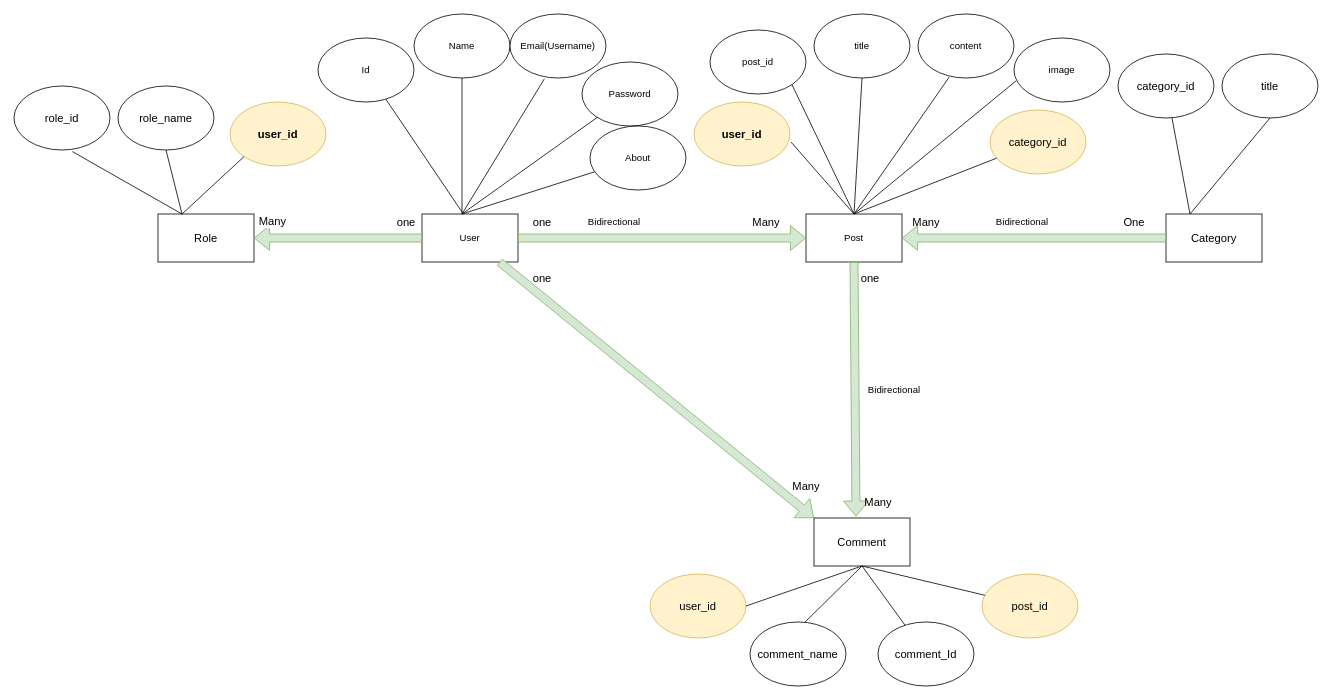
This is Blogging Application ER Diagram.drawio from PranaySingh13/Spring_Boot_Complete, a draw.io file, before an edit. Source tidied: cells renumbered, new cells numbered last; positions are measured from the earlier drawing's top-left corner, leaving out a move shared by most shapes. Both pictures are drawn from the tidied source at 80%, with x=0, y=0 at pixel (14, 14).
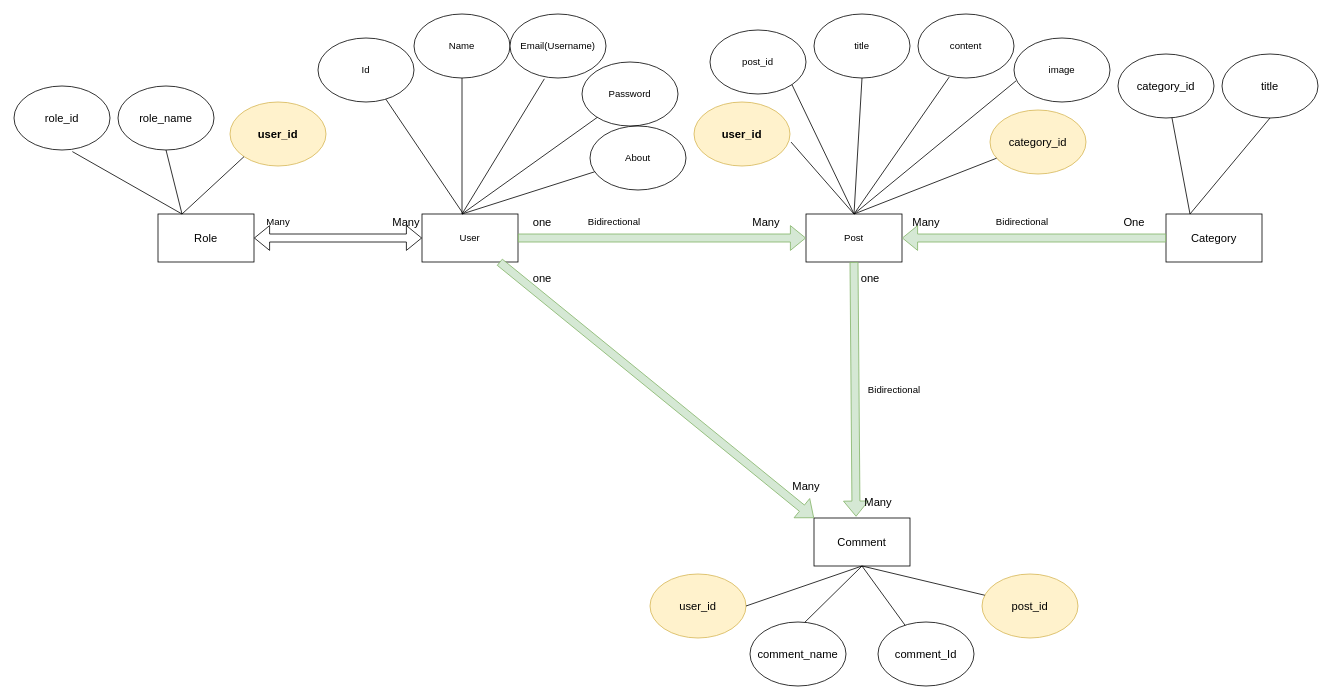
After the change.

Unchanged cells that the change refers to:
```xml
<mxCell id="2" value="User" style="rounded=0;whiteSpace=wrap;html=1;" parent="1" vertex="1">
  <mxGeometry x="510" y="250" width="120" height="60" as="geometry" />
</mxCell>
<mxCell id="50" value="Role" style="rounded=0;whiteSpace=wrap;html=1;fontSize=14;" parent="1" vertex="1">
  <mxGeometry x="180" y="250" width="120" height="60" as="geometry" />
</mxCell>
```

Diff of the diagram source:
```diff
@@
-    <mxCell id="55" style="shape=flexArrow;endArrow=classic;html=1;rounded=0;fontSize=14;entryX=1;entryY=0.5;entryDx=0;entryDy=0;fillColor=#d5e8d4;strokeColor=#82b366;" parent="1" edge="1" source="2" target="50">
-      <mxGeometry relative="1" as="geometry" />
-    </mxCell>
-    <mxCell id="56" value="Many" style="edgeLabel;html=1;align=center;verticalAlign=middle;fontSize=14;" parent="55" vertex="1">
-      <mxGeometry x="0.79" y="-22" relative="1" as="geometry" />
-    </mxCell>
-    <mxCell id="57" value="one" style="text;html=1;align=center;verticalAlign=middle;strokeColor=none;fillColor=none;fontSize=14;" parent="1" vertex="1">
-      <mxGeometry x="470" y="250" width="40" height="20" as="geometry" />
+    <mxCell id="57" value="Many" style="text;html=1;align=center;verticalAlign=middle;strokeColor=none;fillColor=none;fontSize=14;" parent="1" vertex="1">
+      <mxGeometry x="465" y="250" width="50" height="20" as="geometry" />
     </mxCell>
@@
+    <mxCell id="63" style="shape=flexArrow;endArrow=classic;startArrow=classic;html=1;rounded=0;entryX=0;entryY=0.5;entryDx=0;entryDy=0;exitX=1;exitY=0.5;exitDx=0;exitDy=0;" parent="1" edge="1" source="50" target="2">
+      <mxGeometry relative="1" as="geometry" />
+    </mxCell>
+    <mxCell id="56" value="Many" style="text;html=1;align=center;verticalAlign=middle;strokeColor=none;fillColor=none;" parent="1" vertex="1">
+      <mxGeometry x="310" y="250" width="40" height="20" as="geometry" />
+    </mxCell>
```
